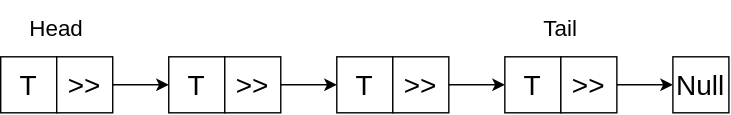
The draw.io diagram Diagrams/Concrete_Data-Structures/Single_Linked_List.svg in DominicSieli/Computer-Science, before a commit. Source tidied: cells renumbered, new cells last; positions are measured from the earlier drawing's top-left corner, leaving out a move shared by most shapes. The source it was exported from:
```xml
<mxGraphModel>
  <root>
    <mxCell id="0" />
    <mxCell id="1" parent="0" />
    <mxCell id="2" value="&lt;font style=&quot;font-size: 20px&quot;&gt;T&lt;br&gt;&lt;/font&gt;" style="rounded=0;whiteSpace=wrap;html=1;" parent="1" vertex="1">
      <mxGeometry y="40" width="40" height="40" as="geometry" />
    </mxCell>
    <mxCell id="3" value="&lt;font style=&quot;font-size: 20px&quot;&gt;&amp;gt;&amp;gt;&lt;/font&gt;" style="rounded=0;whiteSpace=wrap;html=1;" parent="1" vertex="1">
      <mxGeometry x="40" y="40" width="40" height="40" as="geometry" />
    </mxCell>
    <mxCell id="4" value="&lt;font style=&quot;font-size: 20px&quot;&gt;Null&lt;/font&gt;" style="rounded=0;whiteSpace=wrap;html=1;" parent="1" vertex="1">
      <mxGeometry x="480" y="40" width="40" height="40" as="geometry" />
    </mxCell>
    <mxCell id="5" value="&lt;font style=&quot;font-size: 20px&quot;&gt;T&lt;br&gt;&lt;/font&gt;" style="rounded=0;whiteSpace=wrap;html=1;" parent="1" vertex="1">
      <mxGeometry x="120" y="40" width="40" height="40" as="geometry" />
    </mxCell>
    <mxCell id="6" value="&lt;font style=&quot;font-size: 20px&quot;&gt;&amp;gt;&amp;gt;&lt;/font&gt;" style="rounded=0;whiteSpace=wrap;html=1;" parent="1" vertex="1">
      <mxGeometry x="160" y="40" width="40" height="40" as="geometry" />
    </mxCell>
    <mxCell id="7" value="&lt;font style=&quot;font-size: 20px&quot;&gt;T&lt;br&gt;&lt;/font&gt;" style="rounded=0;whiteSpace=wrap;html=1;" parent="1" vertex="1">
      <mxGeometry x="360" y="40" width="40" height="40" as="geometry" />
    </mxCell>
    <mxCell id="8" value="&lt;font style=&quot;font-size: 20px&quot;&gt;&amp;gt;&amp;gt;&lt;/font&gt;" style="rounded=0;whiteSpace=wrap;html=1;" parent="1" vertex="1">
      <mxGeometry x="400" y="40" width="40" height="40" as="geometry" />
    </mxCell>
    <mxCell id="9" value="&lt;font style=&quot;font-size: 16px&quot;&gt;Head&lt;/font&gt;" style="text;html=1;strokeColor=none;fillColor=none;align=center;verticalAlign=middle;whiteSpace=wrap;rounded=0;" parent="1" vertex="1">
      <mxGeometry width="80" height="40" as="geometry" />
    </mxCell>
    <mxCell id="10" value="&lt;font style=&quot;font-size: 16px&quot;&gt;Tail&lt;/font&gt;" style="text;html=1;strokeColor=none;fillColor=none;align=center;verticalAlign=middle;whiteSpace=wrap;rounded=0;" parent="1" vertex="1">
      <mxGeometry x="360" width="80" height="40" as="geometry" />
    </mxCell>
    <mxCell id="11" style="endArrow=classic;html=1;exitX=1;exitY=0.5;exitDx=0;exitDy=0;entryX=0;entryY=0.5;entryDx=0;entryDy=0;" parent="1" edge="1" source="3" target="5">
      <mxGeometry relative="1" as="geometry" />
    </mxCell>
    <mxCell id="12" style="endArrow=classic;html=1;exitX=1;exitY=0.5;exitDx=0;exitDy=0;" parent="1" edge="1" source="6">
      <mxGeometry relative="1" as="geometry">
        <mxPoint x="240" y="60" as="targetPoint" />
      </mxGeometry>
    </mxCell>
    <mxCell id="13" style="endArrow=classic;html=1;entryX=0;entryY=0.5;entryDx=0;entryDy=0;exitX=1;exitY=0.5;exitDx=0;exitDy=0;" parent="1" edge="1" source="8" target="4">
      <mxGeometry relative="1" as="geometry" />
    </mxCell>
    <mxCell id="14" value="&lt;font style=&quot;font-size: 20px&quot;&gt;T&lt;br&gt;&lt;/font&gt;" style="rounded=0;whiteSpace=wrap;html=1;" parent="1" vertex="1">
      <mxGeometry x="240" y="40" width="40" height="40" as="geometry" />
    </mxCell>
    <mxCell id="15" value="&lt;font style=&quot;font-size: 20px&quot;&gt;&amp;gt;&amp;gt;&lt;/font&gt;" style="rounded=0;whiteSpace=wrap;html=1;" parent="1" vertex="1">
      <mxGeometry x="280" y="40" width="40" height="40" as="geometry" />
    </mxCell>
    <mxCell id="16" style="endArrow=classic;html=1;exitX=1;exitY=0.5;exitDx=0;exitDy=0;" parent="1" edge="1" source="15">
      <mxGeometry relative="1" as="geometry">
        <mxPoint x="360" y="60" as="targetPoint" />
      </mxGeometry>
    </mxCell>
  </root>
</mxGraphModel>
```
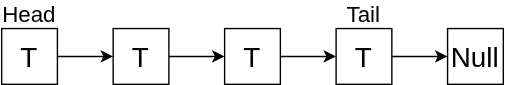
After the commit.

Diff of the diagram source:
```diff
@@ -2,53 +2,43 @@
   <root>
     <mxCell id="0" />
     <mxCell id="1" parent="0" />
-    <mxCell id="2" value="&lt;font style=&quot;font-size: 20px&quot;&gt;T&lt;br&gt;&lt;/font&gt;" style="rounded=0;whiteSpace=wrap;html=1;" parent="1" vertex="1">
-      <mxGeometry y="40" width="40" height="40" as="geometry" />
-    </mxCell>
-    <mxCell id="3" value="&lt;font style=&quot;font-size: 20px&quot;&gt;&amp;gt;&amp;gt;&lt;/font&gt;" style="rounded=0;whiteSpace=wrap;html=1;" parent="1" vertex="1">
-      <mxGeometry x="40" y="40" width="40" height="40" as="geometry" />
+    <mxCell id="3" value="&lt;font style=&quot;font-size: 20px&quot;&gt;T&lt;/font&gt;" style="rounded=0;whiteSpace=wrap;html=1;" parent="1" vertex="1">
+      <mxGeometry x="160" y="40" width="40" height="40" as="geometry" />
     </mxCell>
     <mxCell id="4" value="&lt;font style=&quot;font-size: 20px&quot;&gt;Null&lt;/font&gt;" style="rounded=0;whiteSpace=wrap;html=1;" parent="1" vertex="1">
       <mxGeometry x="480" y="40" width="40" height="40" as="geometry" />
     </mxCell>
-    <mxCell id="5" value="&lt;font style=&quot;font-size: 20px&quot;&gt;T&lt;br&gt;&lt;/font&gt;" style="rounded=0;whiteSpace=wrap;html=1;" parent="1" vertex="1">
-      <mxGeometry x="120" y="40" width="40" height="40" as="geometry" />
-    </mxCell>
-    <mxCell id="6" value="&lt;font style=&quot;font-size: 20px&quot;&gt;&amp;gt;&amp;gt;&lt;/font&gt;" style="rounded=0;whiteSpace=wrap;html=1;" parent="1" vertex="1">
-      <mxGeometry x="160" y="40" width="40" height="40" as="geometry" />
+    <mxCell id="6" value="&lt;font style=&quot;font-size: 20px&quot;&gt;T&lt;/font&gt;" style="rounded=0;whiteSpace=wrap;html=1;" parent="1" vertex="1">
+      <mxGeometry x="240" y="40" width="40" height="40" as="geometry" />
     </mxCell>
-    <mxCell id="7" value="&lt;font style=&quot;font-size: 20px&quot;&gt;T&lt;br&gt;&lt;/font&gt;" style="rounded=0;whiteSpace=wrap;html=1;" parent="1" vertex="1">
-      <mxGeometry x="360" y="40" width="40" height="40" as="geometry" />
-    </mxCell>
-    <mxCell id="8" value="&lt;font style=&quot;font-size: 20px&quot;&gt;&amp;gt;&amp;gt;&lt;/font&gt;" style="rounded=0;whiteSpace=wrap;html=1;" parent="1" vertex="1">
+    <mxCell id="8" value="&lt;font style=&quot;font-size: 20px&quot;&gt;T&lt;/font&gt;" style="rounded=0;whiteSpace=wrap;html=1;" parent="1" vertex="1">
       <mxGeometry x="400" y="40" width="40" height="40" as="geometry" />
     </mxCell>
     <mxCell id="9" value="&lt;font style=&quot;font-size: 16px&quot;&gt;Head&lt;/font&gt;" style="text;html=1;strokeColor=none;fillColor=none;align=center;verticalAlign=middle;whiteSpace=wrap;rounded=0;" parent="1" vertex="1">
-      <mxGeometry width="80" height="40" as="geometry" />
+      <mxGeometry x="160" y="20" width="40" height="20" as="geometry" />
     </mxCell>
     <mxCell id="10" value="&lt;font style=&quot;font-size: 16px&quot;&gt;Tail&lt;/font&gt;" style="text;html=1;strokeColor=none;fillColor=none;align=center;verticalAlign=middle;whiteSpace=wrap;rounded=0;" parent="1" vertex="1">
-      <mxGeometry x="360" width="80" height="40" as="geometry" />
+      <mxGeometry x="400" y="20" width="40" height="20" as="geometry" />
     </mxCell>
-    <mxCell id="11" style="endArrow=classic;html=1;exitX=1;exitY=0.5;exitDx=0;exitDy=0;entryX=0;entryY=0.5;entryDx=0;entryDy=0;" parent="1" edge="1" source="3" target="5">
-      <mxGeometry relative="1" as="geometry" />
+    <mxCell id="11" style="endArrow=classic;html=1;exitX=1;exitY=0.5;exitDx=0;exitDy=0;entryX=0;entryY=0.5;entryDx=0;entryDy=0;" parent="1" edge="1" source="3">
+      <mxGeometry relative="1" as="geometry">
+        <mxPoint x="240" y="60" as="targetPoint" />
+      </mxGeometry>
     </mxCell>
     <mxCell id="12" style="endArrow=classic;html=1;exitX=1;exitY=0.5;exitDx=0;exitDy=0;" parent="1" edge="1" source="6">
       <mxGeometry relative="1" as="geometry">
-        <mxPoint x="240" y="60" as="targetPoint" />
+        <mxPoint x="320" y="60" as="targetPoint" />
       </mxGeometry>
     </mxCell>
     <mxCell id="13" style="endArrow=classic;html=1;entryX=0;entryY=0.5;entryDx=0;entryDy=0;exitX=1;exitY=0.5;exitDx=0;exitDy=0;" parent="1" edge="1" source="8" target="4">
       <mxGeometry relative="1" as="geometry" />
     </mxCell>
-    <mxCell id="14" value="&lt;font style=&quot;font-size: 20px&quot;&gt;T&lt;br&gt;&lt;/font&gt;" style="rounded=0;whiteSpace=wrap;html=1;" parent="1" vertex="1">
-      <mxGeometry x="240" y="40" width="40" height="40" as="geometry" />
-    </mxCell>
-    <mxCell id="15" value="&lt;font style=&quot;font-size: 20px&quot;&gt;&amp;gt;&amp;gt;&lt;/font&gt;" style="rounded=0;whiteSpace=wrap;html=1;" parent="1" vertex="1">
-      <mxGeometry x="280" y="40" width="40" height="40" as="geometry" />
+    <mxCell id="15" value="&lt;font style=&quot;font-size: 20px&quot;&gt;T&lt;/font&gt;" style="rounded=0;whiteSpace=wrap;html=1;" parent="1" vertex="1">
+      <mxGeometry x="320" y="40" width="40" height="40" as="geometry" />
     </mxCell>
     <mxCell id="16" style="endArrow=classic;html=1;exitX=1;exitY=0.5;exitDx=0;exitDy=0;" parent="1" edge="1" source="15">
       <mxGeometry relative="1" as="geometry">
-        <mxPoint x="360" y="60" as="targetPoint" />
+        <mxPoint x="400" y="60" as="targetPoint" />
       </mxGeometry>
     </mxCell>
   </root>
```
